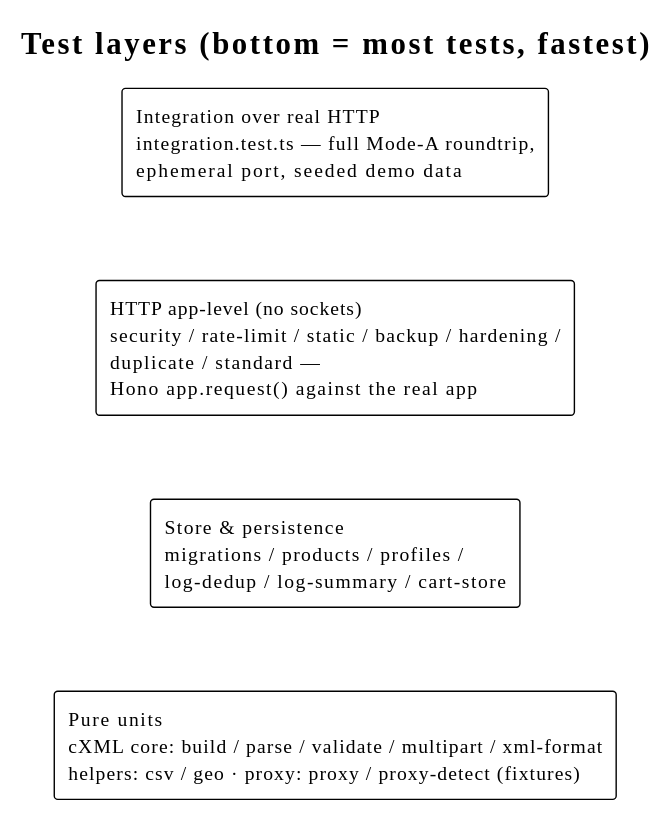
Earlier version of the PlantUML export docs/diagrams/test-layers.svg (slawomir-szostak/punchout-simulator).
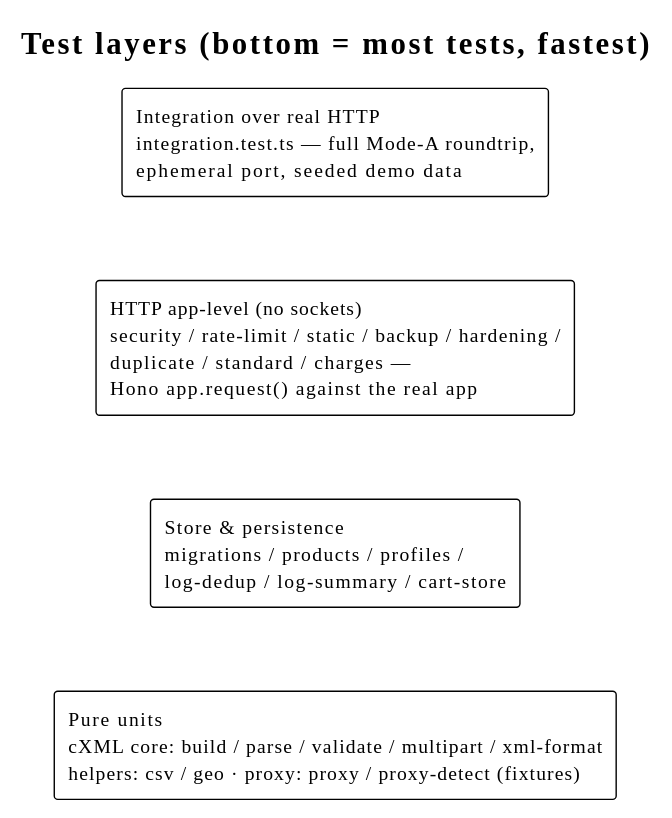
Later version of the same file.

What changed in the source:
```diff
@@ -3,7 +3,7 @@
 title Test layers (bottom = most tests, fastest)
 
 rectangle "Integration over real HTTP\nintegration.test.ts — full Mode-A roundtrip,\nephemeral port, seeded demo data" as L4
-rectangle "HTTP app-level (no sockets)\nsecurity / rate-limit / static / backup / hardening /\nduplicate / standard —\nHono app.request() against the real app" as L3
+rectangle "HTTP app-level (no sockets)\nsecurity / rate-limit / static / backup / hardening /\nduplicate / standard / charges —\nHono app.request() against the real app" as L3
 rectangle "Store & persistence\nmigrations / products / profiles /\nlog-dedup / log-summary / cart-store" as L2
 rectangle "Pure units\ncXML core: build / parse / validate / multipart / xml-format\nhelpers: csv / geo · proxy: proxy / proxy-detect (fixtures)" as L1
 
```
